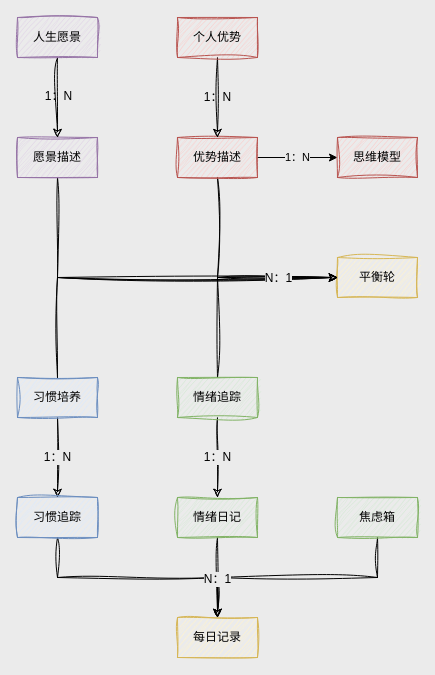
Above: page "系统概念图" (4 of 10) of 人生重启计划.drawio in youyusan/life_system (draw.io), before the change. Source tidied: cells renumbered, new cells numbered last; positions are measured from the earlier drawing's top-left corner, leaving out a move shared by most shapes. Both pictures are drawn from the tidied source at 100%, with x=0, y=0 at pixel (17, 17).
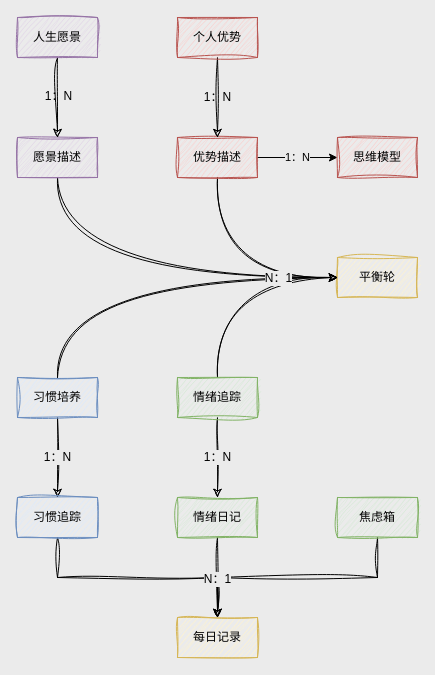
The same page after the edit.

Commit message:
更新人生重启计划.drawio

Unchanged cells that the change refers to:
```xml
<mxCell id="2" value="平衡轮" style="rounded=0;whiteSpace=wrap;html=1;sketch=1;jiggle=2;curveFitting=1;strokeColor=#d6b656;align=center;verticalAlign=middle;fontFamily=Helvetica;fontSize=12;fillColor=#fff2cc;" parent="1" vertex="1">
  <mxGeometry x="320" y="240" width="80" height="40" as="geometry" />
</mxCell>
<mxCell id="4" value="愿景描述" style="rounded=0;whiteSpace=wrap;html=1;sketch=1;jiggle=2;curveFitting=1;strokeColor=#9673a6;align=center;verticalAlign=middle;fontFamily=Helvetica;fontSize=12;fillColor=#e1d5e7;labelBackgroundColor=none;" parent="1" vertex="1">
  <mxGeometry y="120" width="80" height="40" as="geometry" />
</mxCell>
<mxCell id="10" value="优势描述" style="rounded=0;whiteSpace=wrap;html=1;sketch=1;jiggle=2;curveFitting=1;strokeColor=#b85450;align=center;verticalAlign=middle;fontFamily=Helvetica;fontSize=12;fillColor=#f8cecc;" parent="1" vertex="1">
  <mxGeometry x="160" y="120" width="80" height="40" as="geometry" />
</mxCell>
<mxCell id="16" value="习惯培养" style="rounded=0;whiteSpace=wrap;html=1;sketch=1;jiggle=2;curveFitting=1;strokeColor=#6c8ebf;align=center;verticalAlign=middle;fontFamily=Helvetica;fontSize=12;fillColor=#dae8fc;" parent="1" vertex="1">
  <mxGeometry y="360" width="80" height="40" as="geometry" />
</mxCell>
<mxCell id="22" value="情绪追踪" style="rounded=0;whiteSpace=wrap;html=1;sketch=1;jiggle=2;curveFitting=1;strokeColor=#82b366;align=center;verticalAlign=middle;fontFamily=Helvetica;fontSize=12;fillColor=#d5e8d4;" parent="1" vertex="1">
  <mxGeometry x="160" y="360" width="80" height="40" as="geometry" />
</mxCell>
```

What changed in the source:
```diff
@@
-    <mxCell id="3" style="edgeStyle=orthogonalEdgeStyle;rounded=0;jettySize=auto;html=1;entryX=0;entryY=0.5;entryDx=0;entryDy=0;sketch=1;jiggle=2;curveFitting=1;strokeColor=default;align=center;verticalAlign=middle;fontFamily=Helvetica;fontSize=12;fontColor=default;fillColor=default;" parent="1" edge="1" source="4" target="2">
+    <mxCell id="3" style="edgeStyle=orthogonalEdgeStyle;rounded=0;jettySize=auto;html=1;entryX=0;entryY=0.5;entryDx=0;entryDy=0;sketch=1;jiggle=2;curveFitting=1;strokeColor=default;align=center;verticalAlign=middle;fontFamily=Helvetica;fontSize=12;fontColor=default;fillColor=default;curved=1;" parent="1" edge="1" source="4" target="2">
       <mxGeometry relative="1" as="geometry">
         <Array as="points">
           <mxPoint x="40" y="260" />
         </Array>
       </mxGeometry>
     </mxCell>
@@
-    <mxCell id="9" style="edgeStyle=orthogonalEdgeStyle;rounded=0;jettySize=auto;html=1;sketch=1;jiggle=2;curveFitting=1;strokeColor=default;align=center;verticalAlign=middle;fontFamily=Helvetica;fontSize=12;fontColor=default;fillColor=default;" parent="1" edge="1" source="10" target="2">
+    <mxCell id="9" style="edgeStyle=orthogonalEdgeStyle;rounded=0;jettySize=auto;html=1;sketch=1;jiggle=2;curveFitting=1;strokeColor=default;align=center;verticalAlign=middle;fontFamily=Helvetica;fontSize=12;fontColor=default;fillColor=default;curved=1;" parent="1" edge="1" source="10" target="2">
       <mxGeometry relative="1" as="geometry">
         <Array as="points">
           <mxPoint x="200" y="260" />
         </Array>
       </mxGeometry>
     </mxCell>
@@
-    <mxCell id="15" style="edgeStyle=orthogonalEdgeStyle;rounded=0;jettySize=auto;html=1;entryX=0;entryY=0.5;entryDx=0;entryDy=0;sketch=1;jiggle=2;curveFitting=1;strokeColor=default;align=center;verticalAlign=middle;fontFamily=Helvetica;fontSize=12;fontColor=default;fillColor=default;" parent="1" edge="1" source="16" target="2">
+    <mxCell id="15" style="edgeStyle=orthogonalEdgeStyle;rounded=0;jettySize=auto;html=1;entryX=0;entryY=0.5;entryDx=0;entryDy=0;sketch=1;jiggle=2;curveFitting=1;strokeColor=default;align=center;verticalAlign=middle;fontFamily=Helvetica;fontSize=12;fontColor=default;fillColor=default;curved=1;" parent="1" edge="1" source="16" target="2">
       <mxGeometry relative="1" as="geometry">
         <Array as="points">
           <mxPoint x="40" y="260" />
         </Array>
       </mxGeometry>
     </mxCell>
@@
-    <mxCell id="20" style="edgeStyle=orthogonalEdgeStyle;rounded=0;jettySize=auto;html=1;entryX=0;entryY=0.5;entryDx=0;entryDy=0;sketch=1;jiggle=2;curveFitting=1;strokeColor=default;align=center;verticalAlign=middle;fontFamily=Helvetica;fontSize=12;fontColor=default;fillColor=default;" parent="1" edge="1" source="22" target="2">
+    <mxCell id="20" style="edgeStyle=orthogonalEdgeStyle;rounded=0;jettySize=auto;html=1;entryX=0;entryY=0.5;entryDx=0;entryDy=0;sketch=1;jiggle=2;curveFitting=1;strokeColor=default;align=center;verticalAlign=middle;fontFamily=Helvetica;fontSize=12;fontColor=default;fillColor=default;curved=1;" parent="1" edge="1" source="22" target="2">
       <mxGeometry relative="1" as="geometry">
         <Array as="points">
           <mxPoint x="200" y="260" />
         </Array>
       </mxGeometry>
     </mxCell>
```
